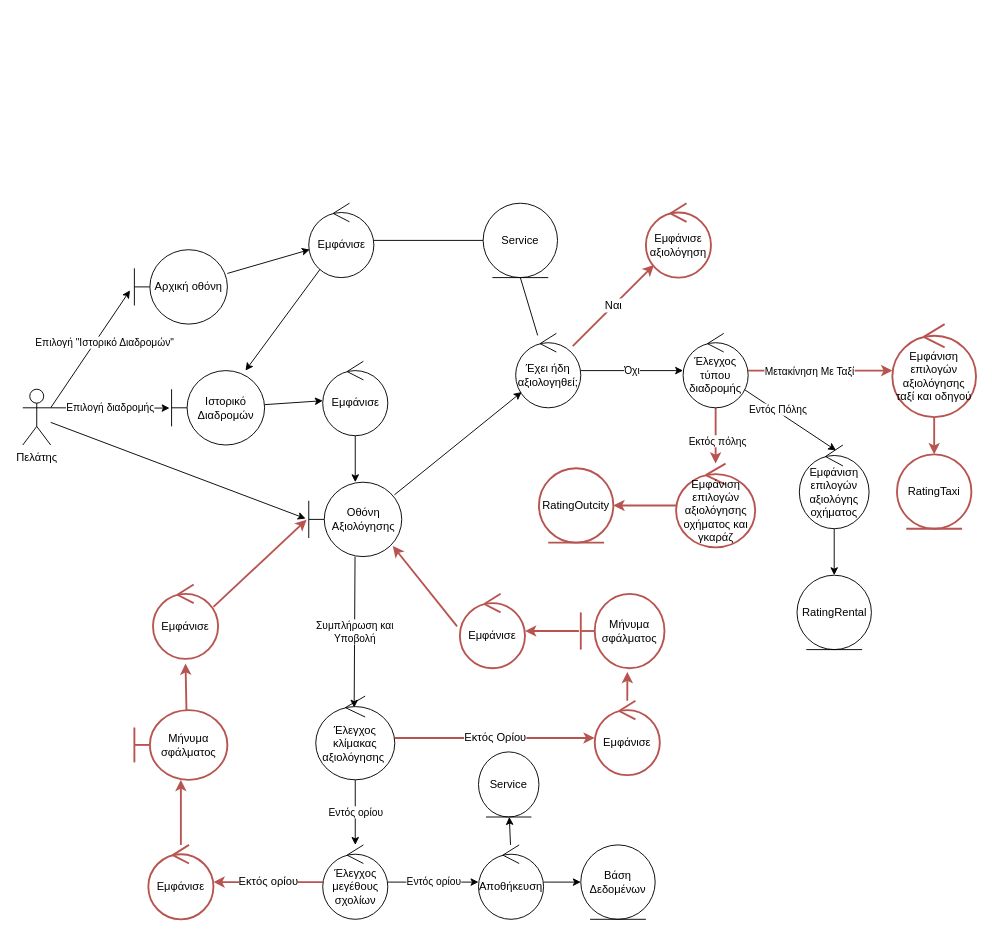
The draw.io diagram Part_3/Robustness/diagrams/15_Αξιολόγηση.drawio in Nikolis2002/texnoligia_logismikou, before the edit. Source tidied: cells renumbered, new cells numbered last; positions are measured from the earlier drawing's top-left corner, leaving out a move shared by most shapes. Both pictures are drawn from the tidied source at 93%, with x=0, y=0 at pixel (22, 203).
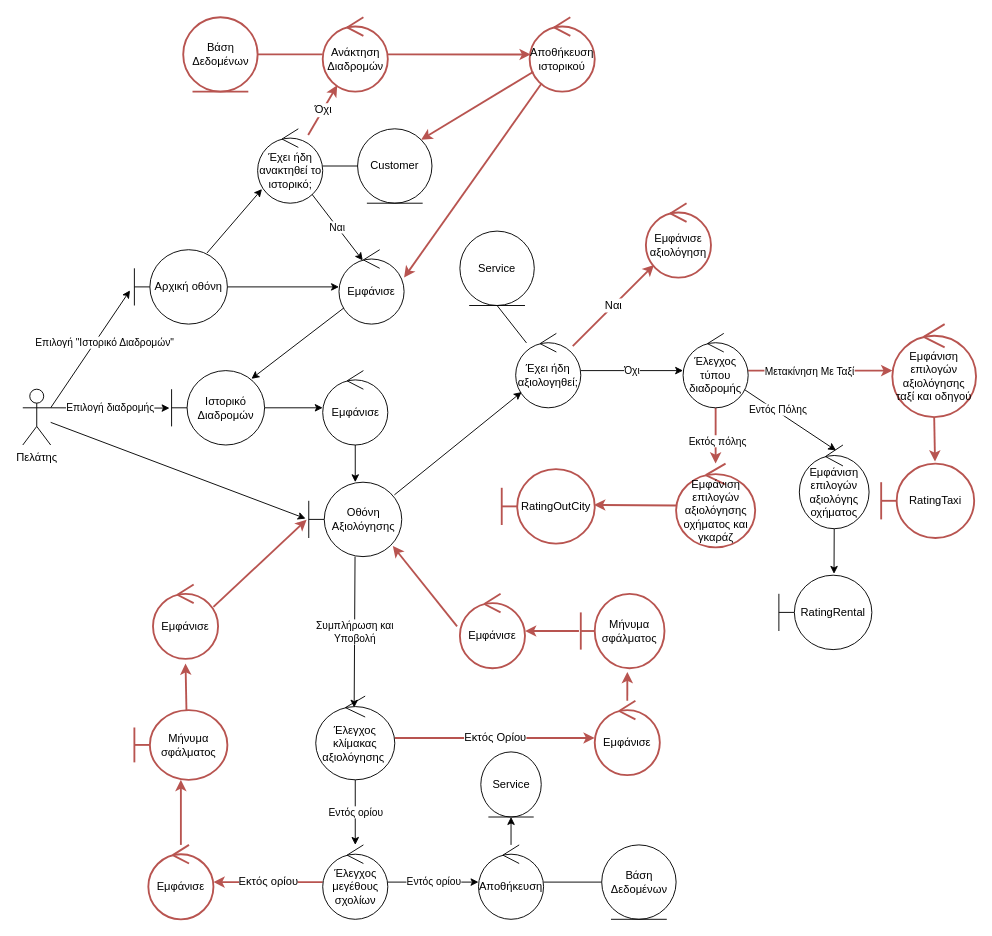
After the change.

The change refers to these unchanged cells:
```xml
<mxCell id="15" value="Ιστορικό Διαδρομών" style="shape=umlBoundary;whiteSpace=wrap;html=1;" parent="1" vertex="1">
  <mxGeometry x="160" y="180" width="100" height="80" as="geometry" />
</mxCell>
<mxCell id="17" value="Εμφάνιση επιλογών αξιολόγης οχήματος" style="ellipse;shape=umlControl;whiteSpace=wrap;html=1;fillColor=default;strokeColor=default;strokeWidth=1;" parent="1" vertex="1">
  <mxGeometry x="835" y="260" width="75" height="90" as="geometry" />
</mxCell>
<mxCell id="27" value="Αποθήκευση" style="ellipse;shape=umlControl;whiteSpace=wrap;html=1;" parent="1" vertex="1">
  <mxGeometry x="490" y="690" width="70" height="80" as="geometry" />
</mxCell>
<mxCell id="30" value="Εμφάνιση επιλογών αξιολόγησης οχήματος και γκαράζ" style="ellipse;shape=umlControl;whiteSpace=wrap;html=1;strokeColor=#b85450;fillColor=none;strokeWidth=2;" parent="1" vertex="1">
  <mxGeometry x="702.5" y="280" width="85" height="90" as="geometry" />
</mxCell>
<mxCell id="32" value="Εμφάνιση επιλογών αξιολόγησης ταξί και οδηγού" style="ellipse;shape=umlControl;whiteSpace=wrap;html=1;strokeColor=#b85450;fillColor=none;strokeWidth=2;" parent="1" vertex="1">
  <mxGeometry x="935" y="130" width="90" height="100" as="geometry" />
</mxCell>
<mxCell id="38" value="Αρχική οθόνη" style="shape=umlBoundary;whiteSpace=wrap;html=1;" parent="1" vertex="1">
  <mxGeometry x="120" y="50" width="100" height="80" as="geometry" />
</mxCell>
```

What changed in the source:
```diff
@@
-    <mxCell id="16" style="edgeStyle=none;html=1;" parent="1" edge="1" source="17" target="62">
+    <mxCell id="16" style="edgeStyle=none;html=1;entryX=0.593;entryY=-0.018;entryDx=0;entryDy=0;entryPerimeter=0;" parent="1" edge="1" source="17" target="62">
       <mxGeometry relative="1" as="geometry" />
     </mxCell>
@@
-    <mxCell id="25" style="edgeStyle=none;html=1;" parent="1" edge="1" source="27" target="28">
+    <mxCell id="25" style="edgeStyle=none;html=1;endArrow=none;endFill=0;" parent="1" edge="1" source="27" target="28">
       <mxGeometry relative="1" as="geometry" />
     </mxCell>
@@
     <mxCell id="28" value="Βάση Δεδομένων" style="ellipse;shape=umlEntity;whiteSpace=wrap;html=1;" parent="1" vertex="1">
-      <mxGeometry x="600" y="690" width="80" height="80" as="geometry" />
+      <mxGeometry x="622.5" y="690" width="80" height="80" as="geometry" />
     </mxCell>
-    <mxCell id="29" style="edgeStyle=none;html=1;fontSize=12;fillColor=none;strokeColor=#b85450;strokeWidth=2;" parent="1" edge="1" source="30" target="63">
+    <mxCell id="29" style="edgeStyle=none;html=1;fontSize=12;fillColor=none;strokeColor=#b85450;strokeWidth=2;entryX=0.993;entryY=0.48;entryDx=0;entryDy=0;entryPerimeter=0;" parent="1" edge="1" source="30" target="77">
       <mxGeometry relative="1" as="geometry" />
     </mxCell>
@@
-    <mxCell id="31" style="edgeStyle=none;html=1;fontSize=12;fillColor=none;strokeColor=#b85450;strokeWidth=2;" parent="1" edge="1" source="32" target="61">
+    <mxCell id="31" style="edgeStyle=none;html=1;fontSize=12;fillColor=none;strokeColor=#b85450;strokeWidth=2;entryX=0.579;entryY=-0.027;entryDx=0;entryDy=0;entryPerimeter=0;" parent="1" edge="1" source="32" target="61">
       <mxGeometry relative="1" as="geometry" />
     </mxCell>
@@
+    <mxCell id="64" style="edgeStyle=none;html=1;entryX=0.067;entryY=0.81;entryDx=0;entryDy=0;entryPerimeter=0;exitX=0.78;exitY=0.045;exitDx=0;exitDy=0;exitPerimeter=0;" parent="1" edge="1" source="38" target="68">
+      <mxGeometry relative="1" as="geometry" />
+    </mxCell>
@@
-    <mxCell id="39" style="edgeStyle=none;html=1;" parent="1" edge="1" source="41" target="15">
+    <mxCell id="39" style="edgeStyle=none;html=1;entryX=0.859;entryY=0.11;entryDx=0;entryDy=0;entryPerimeter=0;" parent="1" edge="1" source="41" target="15">
       <mxGeometry relative="1" as="geometry" />
     </mxCell>
-    <mxCell id="40" style="edgeStyle=none;html=1;entryX=0;entryY=0.5;entryDx=0;entryDy=0;endArrow=none;endFill=0;" parent="1" edge="1" source="41" target="47">
-      <mxGeometry relative="1" as="geometry" />
-    </mxCell>
     <mxCell id="41" value="Εμφάνισε" style="ellipse;shape=umlControl;whiteSpace=wrap;html=1;" parent="1" vertex="1">
-      <mxGeometry x="307.5" width="70" height="80" as="geometry" />
+      <mxGeometry x="340" y="50" width="70" height="80" as="geometry" />
     </mxCell>
@@
     <mxCell id="47" value="Service" style="ellipse;shape=umlEntity;whiteSpace=wrap;html=1;" parent="1" vertex="1">
-      <mxGeometry x="495" width="80" height="80" as="geometry" />
+      <mxGeometry x="470" y="30" width="80" height="80" as="geometry" />
     </mxCell>
@@
     <mxCell id="56" value="Service" style="ellipse;shape=umlEntity;whiteSpace=wrap;html=1;" parent="1" vertex="1">
-      <mxGeometry x="490" y="590" width="65" height="70" as="geometry" />
+      <mxGeometry x="492.5" y="590" width="65" height="70" as="geometry" />
     </mxCell>
@@
     <mxCell id="58" value="Εμφάνισε" style="ellipse;shape=umlControl;whiteSpace=wrap;html=1;" parent="1" vertex="1">
-      <mxGeometry x="322.5" y="170" width="70" height="80" as="geometry" />
+      <mxGeometry x="322.5" y="180" width="70" height="80" as="geometry" />
     </mxCell>
@@
+    <mxCell id="65" value="Ναι" style="edgeStyle=none;html=1;entryX=0.365;entryY=0.144;entryDx=0;entryDy=0;entryPerimeter=0;" parent="1" edge="1" source="68" target="41">
+      <mxGeometry relative="1" as="geometry" />
+    </mxCell>
+    <mxCell id="66" style="edgeStyle=none;html=1;entryX=1;entryY=0.5;entryDx=0;entryDy=0;endArrow=none;endFill=0;" parent="1" edge="1" source="68" target="69">
+      <mxGeometry relative="1" as="geometry" />
+    </mxCell>
+    <mxCell id="67" value="Όχι" style="edgeStyle=none;html=1;endArrow=classic;endFill=1;fontSize=12;fillColor=none;strokeColor=#b85450;strokeWidth=2;" parent="1" edge="1" source="68" target="72">
+      <mxGeometry relative="1" as="geometry" />
+    </mxCell>
+    <mxCell id="68" value="Έχει ήδη ανακτηθεί το ιστορικό;" style="ellipse;shape=umlControl;whiteSpace=wrap;html=1;" parent="1" vertex="1">
+      <mxGeometry x="252.5" y="-80" width="70" height="80" as="geometry" />
+    </mxCell>
+    <mxCell id="69" value="Customer" style="ellipse;shape=umlEntity;whiteSpace=wrap;html=1;" parent="1" vertex="1">
+      <mxGeometry x="360" y="-80" width="80" height="80" as="geometry" />
+    </mxCell>
+    <mxCell id="70" style="edgeStyle=none;html=1;endArrow=none;endFill=0;fontSize=12;fillColor=none;strokeColor=#b85450;strokeWidth=2;" parent="1" edge="1" source="72" target="73">
+      <mxGeometry relative="1" as="geometry" />
+    </mxCell>
+    <mxCell id="71" style="edgeStyle=none;html=1;entryX=0.017;entryY=0.501;entryDx=0;entryDy=0;entryPerimeter=0;endArrow=classic;endFill=1;fontSize=12;fillColor=none;strokeColor=#b85450;strokeWidth=2;" parent="1" edge="1" source="72" target="76">
+      <mxGeometry relative="1" as="geometry" />
+    </mxCell>
+    <mxCell id="72" value="Ανάκτηση Διαδρομών" style="ellipse;shape=umlControl;whiteSpace=wrap;html=1;fillColor=none;strokeColor=#b85450;strokeWidth=2;" parent="1" vertex="1">
+      <mxGeometry x="322.5" y="-200" width="70" height="80" as="geometry" />
+    </mxCell>
+    <mxCell id="73" value="Βάση Δεδομένων" style="ellipse;shape=umlEntity;whiteSpace=wrap;html=1;fillColor=none;strokeColor=#b85450;strokeWidth=2;" parent="1" vertex="1">
+      <mxGeometry x="172.5" y="-200" width="80" height="80" as="geometry" />
+    </mxCell>
+    <mxCell id="74" style="edgeStyle=none;html=1;entryX=1;entryY=0;entryDx=0;entryDy=0;endArrow=classic;endFill=1;fontSize=12;fillColor=none;strokeColor=#b85450;strokeWidth=2;" parent="1" edge="1" source="76" target="69">
+      <mxGeometry relative="1" as="geometry" />
+    </mxCell>
+    <mxCell id="75" style="edgeStyle=none;html=1;entryX=1;entryY=0.375;entryDx=0;entryDy=0;entryPerimeter=0;endArrow=classic;endFill=1;fontSize=12;fillColor=none;strokeColor=#b85450;strokeWidth=2;" parent="1" edge="1" source="76" target="41">
+      <mxGeometry relative="1" as="geometry" />
+    </mxCell>
+    <mxCell id="76" value="Αποθήκευση ιστορικού" style="ellipse;shape=umlControl;whiteSpace=wrap;html=1;fillColor=none;strokeColor=#b85450;strokeWidth=2;" parent="1" vertex="1">
+      <mxGeometry x="545" y="-200" width="70" height="80" as="geometry" />
+    </mxCell>
+    <mxCell id="62" value="RatingRental" style="shape=umlBoundary;whiteSpace=wrap;html=1;" parent="1" vertex="1">
+      <mxGeometry x="813" y="400" width="100" height="80" as="geometry" />
+    </mxCell>
-    <mxCell id="61" value="RatingTaxi" style="ellipse;shape=umlEntity;whiteSpace=wrap;html=1;fillColor=none;strokeColor=#b85450;strokeWidth=2;" parent="1" vertex="1">
-      <mxGeometry x="940" y="270" width="80" height="80" as="geometry" />
+    <mxCell id="61" value="RatingTaxi" style="shape=umlBoundary;whiteSpace=wrap;html=1;fillColor=none;strokeColor=#b85450;strokeWidth=2;" parent="1" vertex="1">
+      <mxGeometry x="923" y="280" width="100" height="80" as="geometry" />
     </mxCell>
-    <mxCell id="62" value="RatingRental" style="ellipse;shape=umlEntity;whiteSpace=wrap;html=1;" parent="1" vertex="1">
-      <mxGeometry x="832.5" y="400" width="80" height="80" as="geometry" />
-    </mxCell>
-    <mxCell id="63" value="RatingOutcity" style="ellipse;shape=umlEntity;whiteSpace=wrap;html=1;fillColor=none;strokeColor=#b85450;strokeWidth=2;" parent="1" vertex="1">
-      <mxGeometry x="555" y="285" width="80" height="80" as="geometry" />
-    </mxCell>
+    <mxCell id="77" value="RatingOutCity" style="shape=umlBoundary;whiteSpace=wrap;html=1;fillColor=none;strokeColor=#b85450;strokeWidth=2;" parent="1" vertex="1">
+      <mxGeometry x="515" y="286" width="100" height="80" as="geometry" />
+    </mxCell>
```
